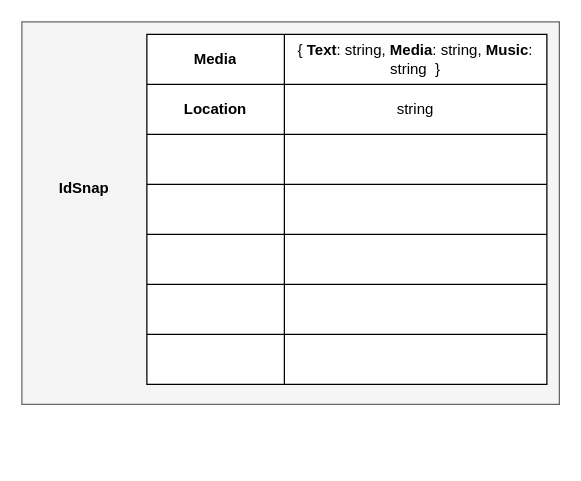
Above: NoAM/collections-snap.drawio in Antonet99/noSQL-Snapchat (draw.io), before the change. Source tidied: cells renumbered, new cells numbered last; positions are measured from the earlier drawing's top-left corner, leaving out a move shared by most shapes. Both pictures are drawn from the tidied source at 125%, with x=0, y=0 at pixel (21, 21).
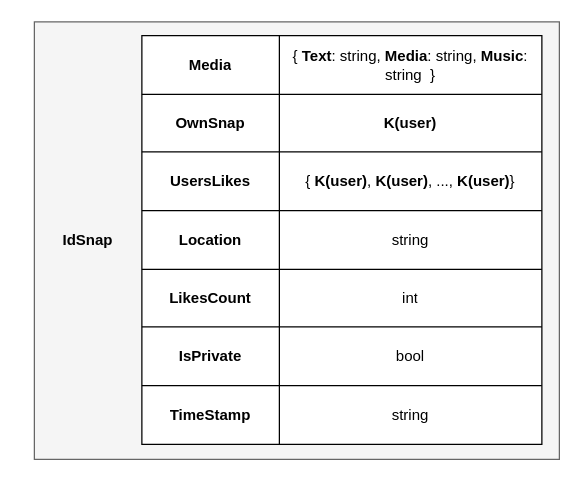
Above is the later version.

The edit, as a diff of the source:
```diff
@@
     <mxCell id="2" style="rounded=0;whiteSpace=wrap;html=1;fillColor=#f5f5f5;fontColor=#333333;strokeColor=#666666;" parent="1" vertex="1">
-      <mxGeometry width="430" height="306" as="geometry" />
+      <mxGeometry x="10" width="420" height="350" as="geometry" />
     </mxCell>
     <mxCell id="3" value="&lt;b&gt;IdSnap&lt;/b&gt;" style="text;html=1;strokeColor=none;fillColor=none;align=center;verticalAlign=middle;whiteSpace=wrap;rounded=0;" parent="1" vertex="1">
-      <mxGeometry x="20" y="118" width="60" height="30" as="geometry" />
+      <mxGeometry x="23" y="160" width="60" height="30" as="geometry" />
     </mxCell>
     <mxCell id="4" style="shape=table;startSize=0;childLayout=tableLayout;" parent="1" vertex="1">
-      <mxGeometry x="100" y="10" width="320" height="280" as="geometry" />
+      <mxGeometry x="96" y="11" width="320" height="327" as="geometry" />
     </mxCell>
     <mxCell id="5" style="shape=tableRow;horizontal=0;startSize=0;swimlaneHead=0;swimlaneBody=0;strokeColor=inherit;top=0;left=0;bottom=0;right=0;fillColor=none;" parent="4" vertex="1">
-      <mxGeometry width="320" height="40" as="geometry" />
+      <mxGeometry width="320" height="47" as="geometry" />
     </mxCell>
     <mxCell id="6" value="&lt;b&gt;Media&lt;/b&gt;" style="shape=partialRectangle;html=1;whiteSpace=wrap;strokeColor=inherit;overflow=hidden;fillColor=none;top=0;left=0;bottom=0;right=0;" parent="5" vertex="1">
-      <mxGeometry width="110" height="40" as="geometry" />
+      <mxGeometry width="110" height="47" as="geometry" />
     </mxCell>
     <mxCell id="7" value="{ &lt;b&gt;Text&lt;/b&gt;: string, &lt;b&gt;Media&lt;/b&gt;: string, &lt;b&gt;Music&lt;/b&gt;: string&amp;nbsp; }" style="shape=partialRectangle;html=1;whiteSpace=wrap;strokeColor=inherit;overflow=hidden;fillColor=none;top=0;left=0;bottom=0;right=0;" parent="5" vertex="1">
-      <mxGeometry x="110" width="210" height="40" as="geometry" />
+      <mxGeometry x="110" width="210" height="47" as="geometry" />
     </mxCell>
     <mxCell id="8" style="shape=tableRow;horizontal=0;startSize=0;swimlaneHead=0;swimlaneBody=0;strokeColor=inherit;top=0;left=0;bottom=0;right=0;fillColor=none;" parent="4" vertex="1">
-      <mxGeometry y="40" width="320" height="40" as="geometry" />
+      <mxGeometry y="47" width="320" height="46" as="geometry" />
     </mxCell>
-    <mxCell id="9" value="&lt;b&gt;Location&lt;/b&gt;" style="shape=partialRectangle;html=1;whiteSpace=wrap;strokeColor=inherit;overflow=hidden;fillColor=none;top=0;left=0;bottom=0;right=0;" parent="8" vertex="1">
-      <mxGeometry width="110" height="40" as="geometry" />
+    <mxCell id="9" value="&lt;b&gt;OwnSnap&lt;/b&gt;" style="shape=partialRectangle;html=1;whiteSpace=wrap;strokeColor=inherit;overflow=hidden;fillColor=none;top=0;left=0;bottom=0;right=0;" parent="8" vertex="1">
+      <mxGeometry width="110" height="46" as="geometry" />
     </mxCell>
-    <mxCell id="10" value="string" style="shape=partialRectangle;html=1;whiteSpace=wrap;strokeColor=inherit;overflow=hidden;fillColor=none;top=0;left=0;bottom=0;right=0;" parent="8" vertex="1">
-      <mxGeometry x="110" width="210" height="40" as="geometry" />
+    <mxCell id="10" value="&lt;b&gt;K(user)&lt;/b&gt;" style="shape=partialRectangle;html=1;whiteSpace=wrap;strokeColor=inherit;overflow=hidden;fillColor=none;top=0;left=0;bottom=0;right=0;" parent="8" vertex="1">
+      <mxGeometry x="110" width="210" height="46" as="geometry" />
     </mxCell>
     <mxCell id="11" style="shape=tableRow;horizontal=0;startSize=0;swimlaneHead=0;swimlaneBody=0;strokeColor=inherit;top=0;left=0;bottom=0;right=0;fillColor=none;" parent="4" vertex="1">
-      <mxGeometry y="80" width="320" height="40" as="geometry" />
+      <mxGeometry y="93" width="320" height="47" as="geometry" />
     </mxCell>
-    <mxCell id="12" style="shape=partialRectangle;html=1;whiteSpace=wrap;strokeColor=inherit;overflow=hidden;fillColor=none;top=0;left=0;bottom=0;right=0;" parent="11" vertex="1">
-      <mxGeometry width="110" height="40" as="geometry" />
+    <mxCell id="12" value="&lt;b&gt;UsersLikes&lt;/b&gt;" style="shape=partialRectangle;html=1;whiteSpace=wrap;strokeColor=inherit;overflow=hidden;fillColor=none;top=0;left=0;bottom=0;right=0;" parent="11" vertex="1">
+      <mxGeometry width="110" height="47" as="geometry" />
     </mxCell>
-    <mxCell id="13" style="shape=partialRectangle;html=1;whiteSpace=wrap;strokeColor=inherit;overflow=hidden;fillColor=none;top=0;left=0;bottom=0;right=0;" parent="11" vertex="1">
-      <mxGeometry x="110" width="210" height="40" as="geometry" />
+    <mxCell id="13" value="{ &lt;b&gt;K(user)&lt;/b&gt;, &lt;b&gt;K(user)&lt;/b&gt;, ..., &lt;b&gt;K(user)&lt;/b&gt;}" style="shape=partialRectangle;html=1;whiteSpace=wrap;strokeColor=inherit;overflow=hidden;fillColor=none;top=0;left=0;bottom=0;right=0;" parent="11" vertex="1">
+      <mxGeometry x="110" width="210" height="47" as="geometry" />
     </mxCell>
     <mxCell id="14" style="shape=tableRow;horizontal=0;startSize=0;swimlaneHead=0;swimlaneBody=0;strokeColor=inherit;top=0;left=0;bottom=0;right=0;fillColor=none;" parent="4" vertex="1">
-      <mxGeometry y="120" width="320" height="40" as="geometry" />
+      <mxGeometry y="140" width="320" height="47" as="geometry" />
     </mxCell>
-    <mxCell id="15" style="shape=partialRectangle;html=1;whiteSpace=wrap;strokeColor=inherit;overflow=hidden;fillColor=none;top=0;left=0;bottom=0;right=0;" parent="14" vertex="1">
-      <mxGeometry width="110" height="40" as="geometry" />
+    <mxCell id="15" value="&lt;b&gt;Location&lt;/b&gt;" style="shape=partialRectangle;html=1;whiteSpace=wrap;strokeColor=inherit;overflow=hidden;fillColor=none;top=0;left=0;bottom=0;right=0;" parent="14" vertex="1">
+      <mxGeometry width="110" height="47" as="geometry" />
     </mxCell>
-    <mxCell id="16" style="shape=partialRectangle;html=1;whiteSpace=wrap;strokeColor=inherit;overflow=hidden;fillColor=none;top=0;left=0;bottom=0;right=0;" parent="14" vertex="1">
-      <mxGeometry x="110" width="210" height="40" as="geometry" />
+    <mxCell id="16" value="string" style="shape=partialRectangle;html=1;whiteSpace=wrap;strokeColor=inherit;overflow=hidden;fillColor=none;top=0;left=0;bottom=0;right=0;" parent="14" vertex="1">
+      <mxGeometry x="110" width="210" height="47" as="geometry" />
     </mxCell>
     <mxCell id="17" style="shape=tableRow;horizontal=0;startSize=0;swimlaneHead=0;swimlaneBody=0;strokeColor=inherit;top=0;left=0;bottom=0;right=0;fillColor=none;" parent="4" vertex="1">
-      <mxGeometry y="160" width="320" height="40" as="geometry" />
+      <mxGeometry y="187" width="320" height="46" as="geometry" />
     </mxCell>
-    <mxCell id="18" style="shape=partialRectangle;html=1;whiteSpace=wrap;strokeColor=inherit;overflow=hidden;fillColor=none;top=0;left=0;bottom=0;right=0;" parent="17" vertex="1">
-      <mxGeometry width="110" height="40" as="geometry" />
+    <mxCell id="18" value="&lt;b&gt;LikesCount&lt;/b&gt;" style="shape=partialRectangle;html=1;whiteSpace=wrap;strokeColor=inherit;overflow=hidden;fillColor=none;top=0;left=0;bottom=0;right=0;" parent="17" vertex="1">
+      <mxGeometry width="110" height="46" as="geometry" />
     </mxCell>
-    <mxCell id="19" style="shape=partialRectangle;html=1;whiteSpace=wrap;strokeColor=inherit;overflow=hidden;fillColor=none;top=0;left=0;bottom=0;right=0;" parent="17" vertex="1">
-      <mxGeometry x="110" width="210" height="40" as="geometry" />
+    <mxCell id="19" value="int" style="shape=partialRectangle;html=1;whiteSpace=wrap;strokeColor=inherit;overflow=hidden;fillColor=none;top=0;left=0;bottom=0;right=0;" parent="17" vertex="1">
+      <mxGeometry x="110" width="210" height="46" as="geometry" />
     </mxCell>
-    <mxCell id="20" style="shape=tableRow;horizontal=0;startSize=0;swimlaneHead=0;swimlaneBody=0;strokeColor=inherit;top=0;left=0;bottom=0;right=0;fillColor=none;" parent="4" vertex="1">
-      <mxGeometry y="200" width="320" height="40" as="geometry" />
-    </mxCell>
-    <mxCell id="21" style="shape=partialRectangle;html=1;whiteSpace=wrap;strokeColor=inherit;overflow=hidden;fillColor=none;top=0;left=0;bottom=0;right=0;" parent="20" vertex="1">
-      <mxGeometry width="110" height="40" as="geometry" />
-    </mxCell>
-    <mxCell id="22" style="shape=partialRectangle;html=1;whiteSpace=wrap;strokeColor=inherit;overflow=hidden;fillColor=none;top=0;left=0;bottom=0;right=0;" parent="20" vertex="1">
-      <mxGeometry x="110" width="210" height="40" as="geometry" />
-    </mxCell>
-    <mxCell id="23" style="shape=tableRow;horizontal=0;startSize=0;swimlaneHead=0;swimlaneBody=0;strokeColor=inherit;top=0;left=0;bottom=0;right=0;fillColor=none;" parent="4" vertex="1">
-      <mxGeometry y="240" width="320" height="40" as="geometry" />
-    </mxCell>
-    <mxCell id="24" style="shape=partialRectangle;html=1;whiteSpace=wrap;strokeColor=inherit;overflow=hidden;fillColor=none;top=0;left=0;bottom=0;right=0;" parent="23" vertex="1">
-      <mxGeometry width="110" height="40" as="geometry" />
-    </mxCell>
-    <mxCell id="25" style="shape=partialRectangle;html=1;whiteSpace=wrap;strokeColor=inherit;overflow=hidden;fillColor=none;top=0;left=0;bottom=0;right=0;" parent="23" vertex="1">
-      <mxGeometry x="110" width="210" height="40" as="geometry" />
-    </mxCell>
+    <mxCell id="26" style="shape=tableRow;horizontal=0;startSize=0;swimlaneHead=0;swimlaneBody=0;strokeColor=inherit;top=0;left=0;bottom=0;right=0;fillColor=none;" parent="4" vertex="1">
+      <mxGeometry y="233" width="320" height="47" as="geometry" />
+    </mxCell>
+    <mxCell id="27" value="&lt;b&gt;IsPrivate&lt;/b&gt;" style="shape=partialRectangle;html=1;whiteSpace=wrap;strokeColor=inherit;overflow=hidden;fillColor=none;top=0;left=0;bottom=0;right=0;" parent="26" vertex="1">
+      <mxGeometry width="110" height="47" as="geometry" />
+    </mxCell>
+    <mxCell id="28" value="bool" style="shape=partialRectangle;html=1;whiteSpace=wrap;strokeColor=inherit;overflow=hidden;fillColor=none;top=0;left=0;bottom=0;right=0;" parent="26" vertex="1">
+      <mxGeometry x="110" width="210" height="47" as="geometry" />
+    </mxCell>
+    <mxCell id="29" style="shape=tableRow;horizontal=0;startSize=0;swimlaneHead=0;swimlaneBody=0;strokeColor=inherit;top=0;left=0;bottom=0;right=0;fillColor=none;" parent="4" vertex="1">
+      <mxGeometry y="280" width="320" height="47" as="geometry" />
+    </mxCell>
+    <mxCell id="30" value="&lt;b&gt;TimeStamp&lt;/b&gt;" style="shape=partialRectangle;html=1;whiteSpace=wrap;strokeColor=inherit;overflow=hidden;fillColor=none;top=0;left=0;bottom=0;right=0;" parent="29" vertex="1">
+      <mxGeometry width="110" height="47" as="geometry" />
+    </mxCell>
+    <mxCell id="31" value="string" style="shape=partialRectangle;html=1;whiteSpace=wrap;strokeColor=inherit;overflow=hidden;fillColor=none;top=0;left=0;bottom=0;right=0;" parent="29" vertex="1">
+      <mxGeometry x="110" width="210" height="47" as="geometry" />
+    </mxCell>
```
